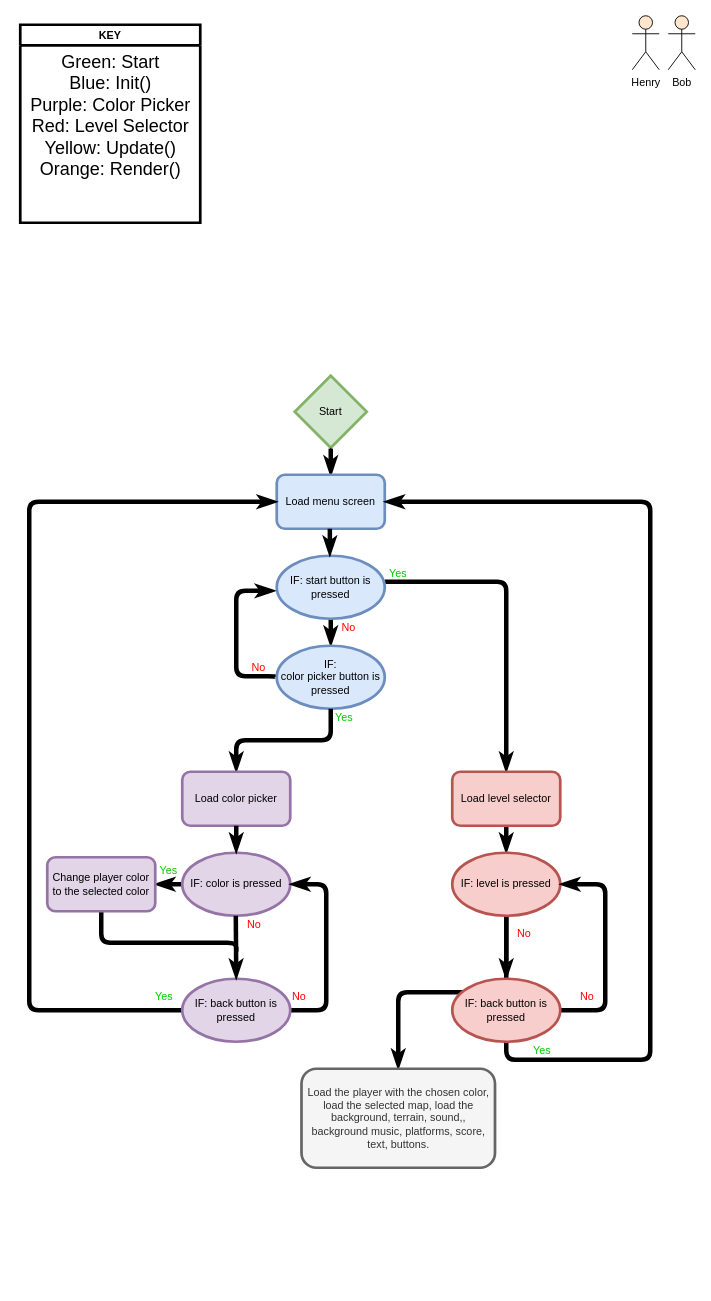
Above: adventurePark.drawio in santinx07/adventurePark (draw.io), before the change. Source tidied: cells renumbered, new cells numbered last; positions are measured from the earlier drawing's top-left corner, leaving out a move shared by most shapes. Both pictures are drawn from the tidied source at 90%, with x=0, y=0 at pixel (20, 15).
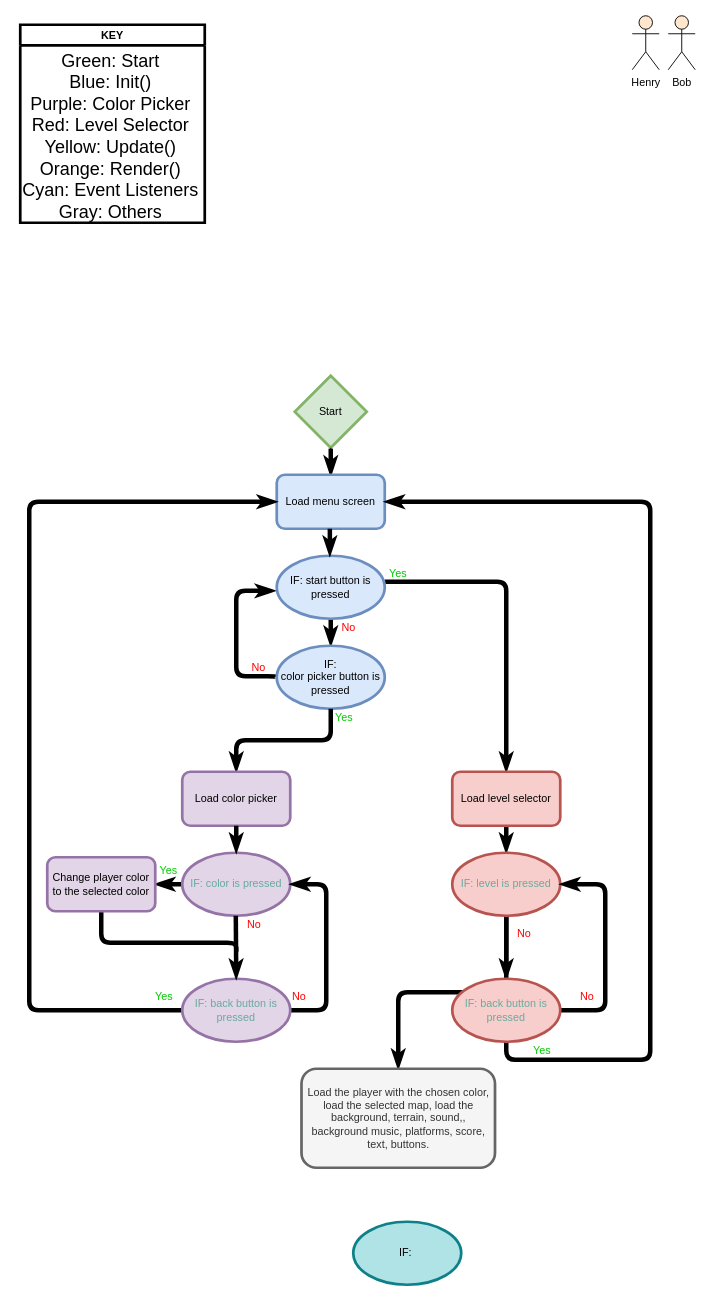
After the change.

What changed in the source:
```diff
@@
     <mxCell id="3" value="KEY" style="swimlane;strokeWidth=3;" parent="1" vertex="1">
-      <mxGeometry y="10" width="200" height="220" as="geometry" />
+      <mxGeometry y="10" width="205" height="220" as="geometry" />
     </mxCell>
-    <mxCell id="4" value="&lt;font style=&quot;font-size: 20px&quot;&gt;Green: Start&lt;br&gt;Blue: Init()&lt;br&gt;Purple: Color Picker&lt;br&gt;Red: Level Selector&lt;br&gt;Yellow: Update()&lt;br&gt;Orange: Render()&lt;br&gt;&lt;/font&gt;" style="text;html=1;align=center;verticalAlign=middle;strokeColor=none;fillColor=none;" parent="3" vertex="1">
-      <mxGeometry x="5" y="50" width="190" height="100" as="geometry" />
+    <mxCell id="4" value="&lt;font style=&quot;font-size: 20px&quot;&gt;Green: Start&lt;br&gt;Blue: Init()&lt;br&gt;Purple: Color Picker&lt;br&gt;Red: Level Selector&lt;br&gt;Yellow: Update()&lt;br&gt;Orange: Render()&lt;br&gt;Cyan: Event Listeners&lt;br&gt;Gray: Others&lt;br&gt;&lt;br&gt;&lt;/font&gt;" style="text;html=1;align=center;verticalAlign=middle;strokeColor=none;fillColor=none;" parent="3" vertex="1">
+      <mxGeometry x="-5" y="60" width="210" height="150" as="geometry" />
     </mxCell>
@@
-    <mxCell id="23" value="&lt;span&gt;IF: color is pressed&lt;br&gt;&lt;/span&gt;" style="ellipse;whiteSpace=wrap;html=1;fillColor=#e1d5e7;strokeColor=#9673a6;strokeWidth=3;" parent="1" vertex="1">
+    <mxCell id="23" value="&lt;span&gt;&lt;font color=&quot;#67ab9f&quot;&gt;IF: color is pressed&lt;/font&gt;&lt;br&gt;&lt;/span&gt;" style="ellipse;whiteSpace=wrap;html=1;fillColor=#e1d5e7;strokeColor=#9673a6;strokeWidth=3;" parent="1" vertex="1">
       <mxGeometry x="180" y="930" width="120" height="70" as="geometry" />
     </mxCell>
@@
-    <mxCell id="32" value="&lt;span&gt;IF: back button is pressed&lt;br&gt;&lt;/span&gt;" style="ellipse;whiteSpace=wrap;html=1;fillColor=#e1d5e7;strokeColor=#9673a6;strokeWidth=3;" parent="1" vertex="1">
+    <mxCell id="32" value="&lt;span&gt;&lt;font color=&quot;#67ab9f&quot;&gt;IF: back button is pressed&lt;/font&gt;&lt;br&gt;&lt;/span&gt;" style="ellipse;whiteSpace=wrap;html=1;fillColor=#e1d5e7;strokeColor=#9673a6;strokeWidth=3;" parent="1" vertex="1">
       <mxGeometry x="180" y="1070" width="120" height="70" as="geometry" />
     </mxCell>
@@
-    <mxCell id="40" value="&lt;span&gt;IF: level is pressed&lt;br&gt;&lt;/span&gt;" style="ellipse;whiteSpace=wrap;html=1;fillColor=#f8cecc;strokeColor=#b85450;strokeWidth=3;" parent="1" vertex="1">
+    <mxCell id="40" value="&lt;span&gt;&lt;font color=&quot;#67ab9f&quot;&gt;IF: level is pressed&lt;/font&gt;&lt;br&gt;&lt;/span&gt;" style="ellipse;whiteSpace=wrap;html=1;fillColor=#f8cecc;strokeColor=#b85450;strokeWidth=3;" parent="1" vertex="1">
       <mxGeometry x="480" y="930" width="120" height="70" as="geometry" />
     </mxCell>
@@
-    <mxCell id="43" value="&lt;span&gt;IF: back button is pressed&lt;br&gt;&lt;/span&gt;" style="ellipse;whiteSpace=wrap;html=1;fillColor=#f8cecc;strokeColor=#b85450;strokeWidth=3;" parent="1" vertex="1">
+    <mxCell id="43" value="&lt;span&gt;&lt;font color=&quot;#67ab9f&quot;&gt;IF: back button is pressed&lt;/font&gt;&lt;br&gt;&lt;/span&gt;" style="ellipse;whiteSpace=wrap;html=1;fillColor=#f8cecc;strokeColor=#b85450;strokeWidth=3;" parent="1" vertex="1">
       <mxGeometry x="480" y="1070" width="120" height="70" as="geometry" />
     </mxCell>
@@
+    <mxCell id="48" value="&lt;span&gt;IF:&amp;nbsp;&lt;br&gt;&lt;/span&gt;" style="ellipse;whiteSpace=wrap;html=1;fillColor=#b0e3e6;strokeColor=#0e8088;strokeWidth=3;" parent="1" vertex="1">
+      <mxGeometry x="370" y="1340" width="120" height="70" as="geometry" />
+    </mxCell>
```
